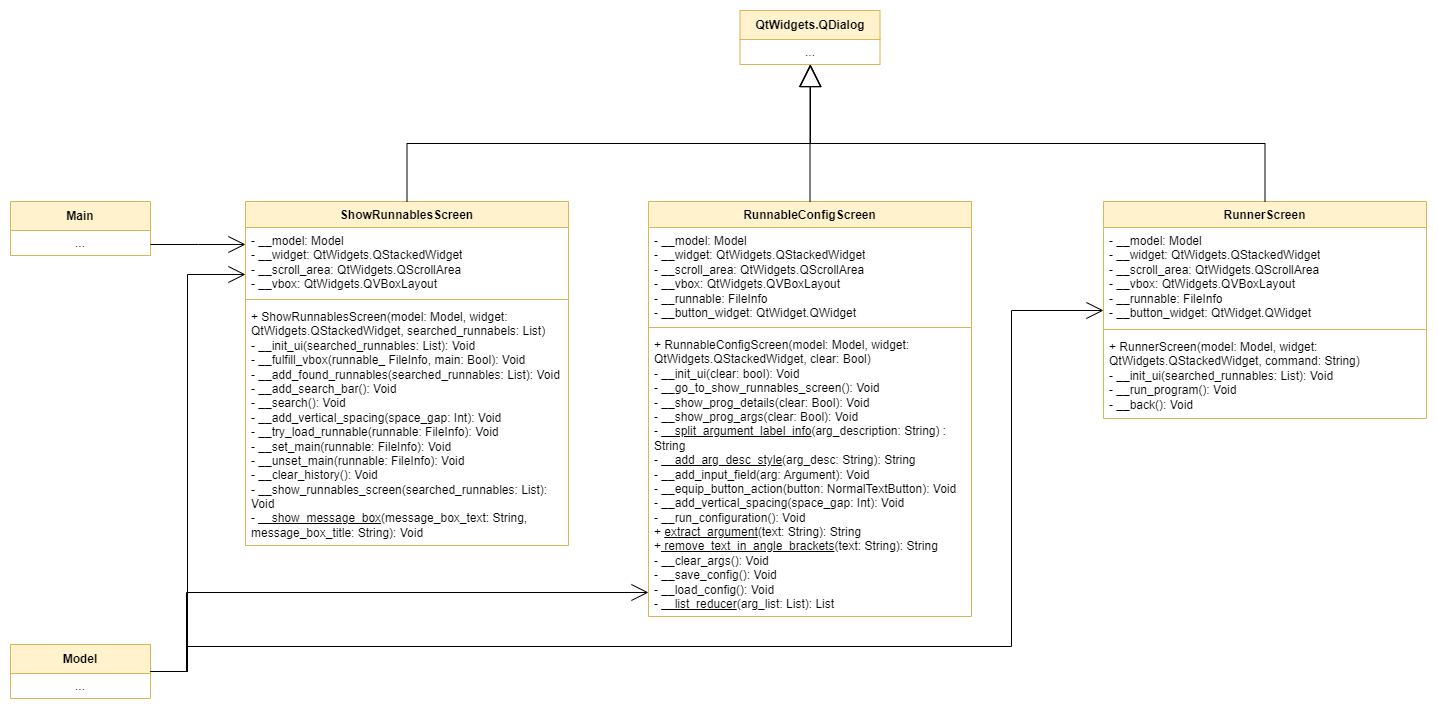
The draw.io diagram documentation/img/class_diagram_view.drawio.png in CsullogBeni/szofttech, before a commit. Source tidied: cells renumbered, new cells last; positions are measured from the earlier drawing's top-left corner, leaving out a move shared by most shapes.
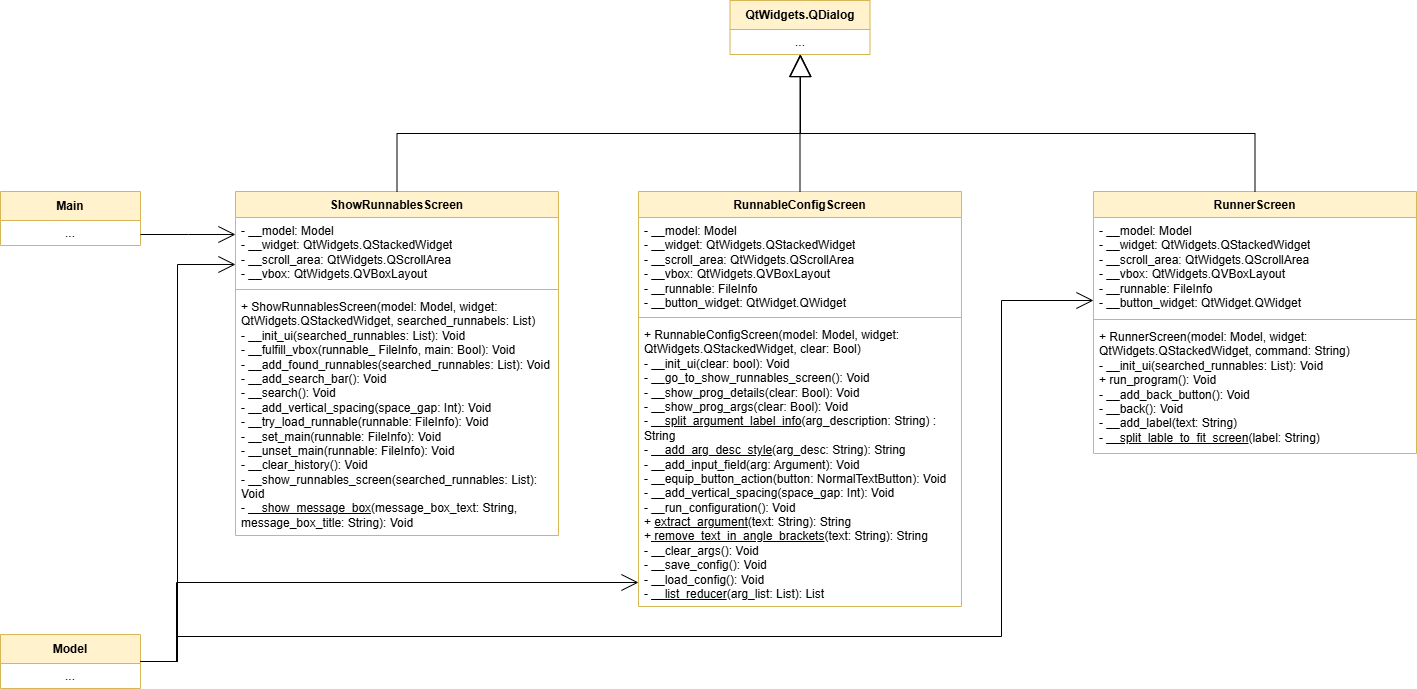
Above is the later version.

Diff of the diagram source:
```diff
@@ -45,7 +45,7 @@
       <mxGeometry y="130" width="323" height="285" as="geometry" />
     </mxCell>
     <mxCell id="16" value="RunnerScreen" style="swimlane;fontStyle=1;align=center;verticalAlign=top;horizontal=1;startSize=26;whiteSpace=wrap;html=1;fillColor=#fff2cc;strokeColor=#d6b656;" parent="1" vertex="1">
-      <mxGeometry x="1093" y="191" width="323" height="217" as="geometry" />
+      <mxGeometry x="1093" y="191" width="323" height="262" as="geometry" />
     </mxCell>
     <mxCell id="17" value="&lt;div&gt;- __model: Model&lt;div&gt;- __widget:&amp;nbsp;&lt;span style=&quot;background-color: initial;&quot;&gt;QtWidgets.QStackedWidget&lt;/span&gt;&lt;/div&gt;&lt;div&gt;&lt;span style=&quot;background-color: initial;&quot;&gt;- __scroll_area:&amp;nbsp;&lt;/span&gt;&lt;span style=&quot;background-color: initial;&quot;&gt;QtWidgets.&lt;/span&gt;&lt;span style=&quot;background-color: initial;&quot;&gt;QScrollArea&lt;/span&gt;&lt;span style=&quot;background-color: initial;&quot;&gt;&lt;br&gt;&lt;/span&gt;&lt;/div&gt;&lt;div&gt;&lt;span style=&quot;background-color: initial;&quot;&gt;- __vbox:&amp;nbsp;&lt;/span&gt;&lt;span style=&quot;background-color: initial;&quot;&gt;QtWidgets.&lt;/span&gt;&lt;span style=&quot;background-color: initial;&quot;&gt;QVBoxLayout&lt;/span&gt;&lt;/div&gt;&lt;div&gt;&lt;span style=&quot;background-color: initial;&quot;&gt;- __runnable: FileInfo&lt;/span&gt;&lt;/div&gt;&lt;div&gt;- __button_widget: QtWidget.QWidget&lt;/div&gt;&lt;/div&gt;" style="text;strokeColor=none;fillColor=none;align=left;verticalAlign=top;spacingLeft=4;spacingRight=4;overflow=hidden;whiteSpace=wrap;html=1;" parent="16" vertex="1">
       <mxGeometry y="26" width="323" height="98" as="geometry" />
@@ -53,8 +53,8 @@
     <mxCell id="18" style="line;strokeWidth=1;fillColor=none;align=left;verticalAlign=middle;spacingTop=-1;spacingLeft=3;spacingRight=3;labelPosition=right;strokeColor=inherit;" parent="16" vertex="1">
       <mxGeometry y="124" width="323" height="8" as="geometry" />
     </mxCell>
-    <mxCell id="19" value="+ RunnerScreen(model: Model, widget: QtWidgets.QStackedWidget, command: String)&lt;div&gt;- __init_ui(searched_runnables: List): Void&lt;/div&gt;&lt;div&gt;- __run_program(): Void&lt;br&gt;&lt;/div&gt;&lt;div&gt;- __back(): Void&lt;/div&gt;" style="text;strokeColor=none;fillColor=none;align=left;verticalAlign=top;spacingLeft=4;spacingRight=4;overflow=hidden;whiteSpace=wrap;html=1;" parent="16" vertex="1">
-      <mxGeometry y="132" width="323" height="85" as="geometry" />
+    <mxCell id="19" value="+ RunnerScreen(model: Model, widget: QtWidgets.QStackedWidget, command: String)&lt;div&gt;- __init_ui(searched_runnables: List): Void&lt;/div&gt;&lt;div&gt;+ run_program(): Void&lt;br&gt;&lt;/div&gt;&lt;div&gt;- __add_back_button(): Void&lt;/div&gt;&lt;div&gt;- __back(): Void&lt;/div&gt;&lt;div&gt;- __add_label(text: String)&lt;/div&gt;&lt;div&gt;- &lt;u&gt;__split_lable_to_fit_screen&lt;/u&gt;(label: String)&lt;/div&gt;" style="text;strokeColor=none;fillColor=none;align=left;verticalAlign=top;spacingLeft=4;spacingRight=4;overflow=hidden;whiteSpace=wrap;html=1;" parent="16" vertex="1">
+      <mxGeometry y="132" width="323" height="130" as="geometry" />
     </mxCell>
     <mxCell id="20" style="edgeStyle=orthogonalEdgeStyle;rounded=0;jettySize=auto;html=1;endArrow=block;endFill=0;endSize=20;strokeColor=default;" parent="1" edge="1" source="12" target="10">
       <mxGeometry relative="1" as="geometry" />
```
